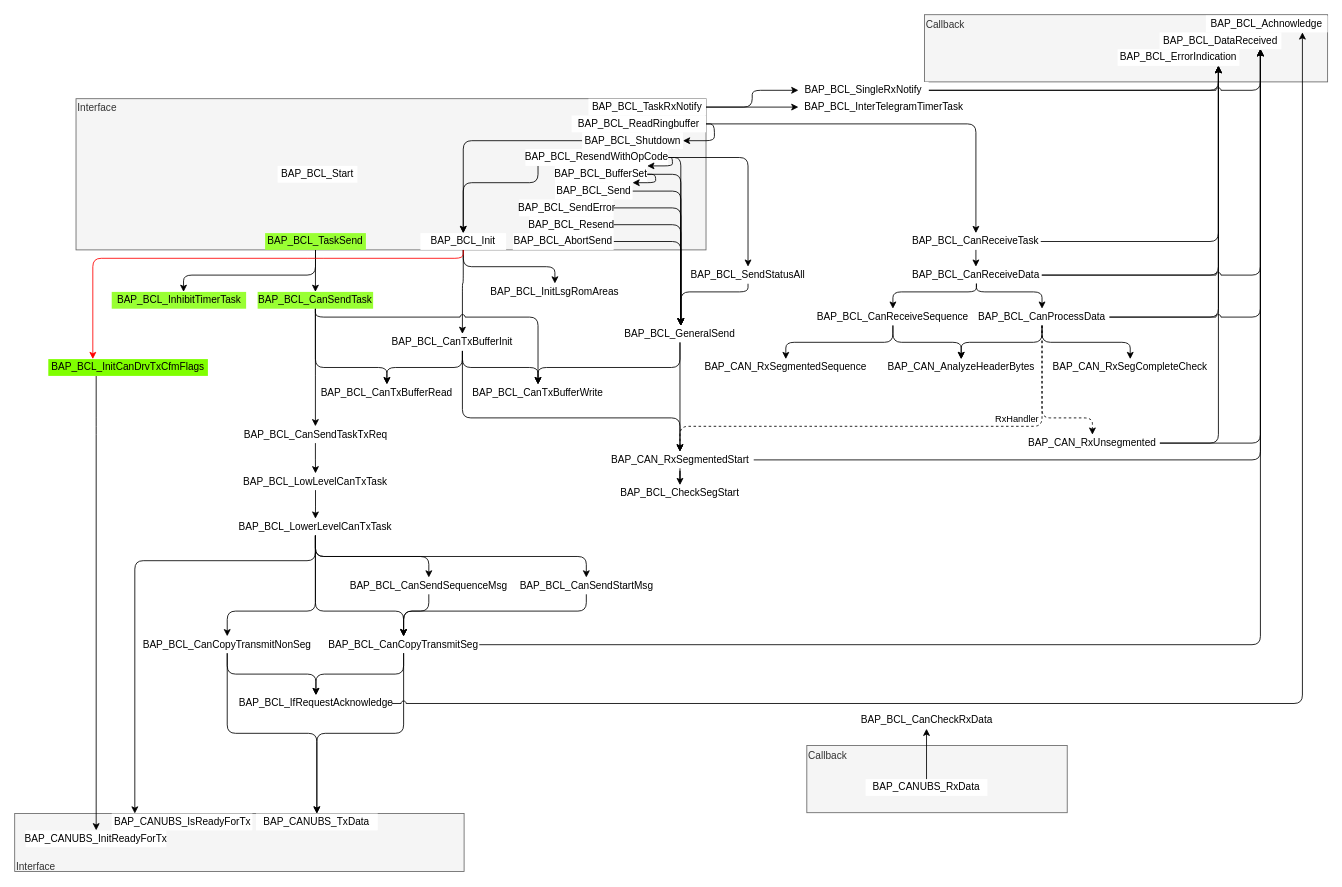
Above: Untitled Diagram.drawio in danielroehrborn/flow-design-cheatsheet (draw.io), before the change. Source tidied: cells renumbered, new cells numbered last; positions are measured from the earlier drawing's top-left corner, leaving out a move shared by most shapes. Both pictures are drawn from the tidied source at 84%, with x=0, y=0 at pixel (14, 14).
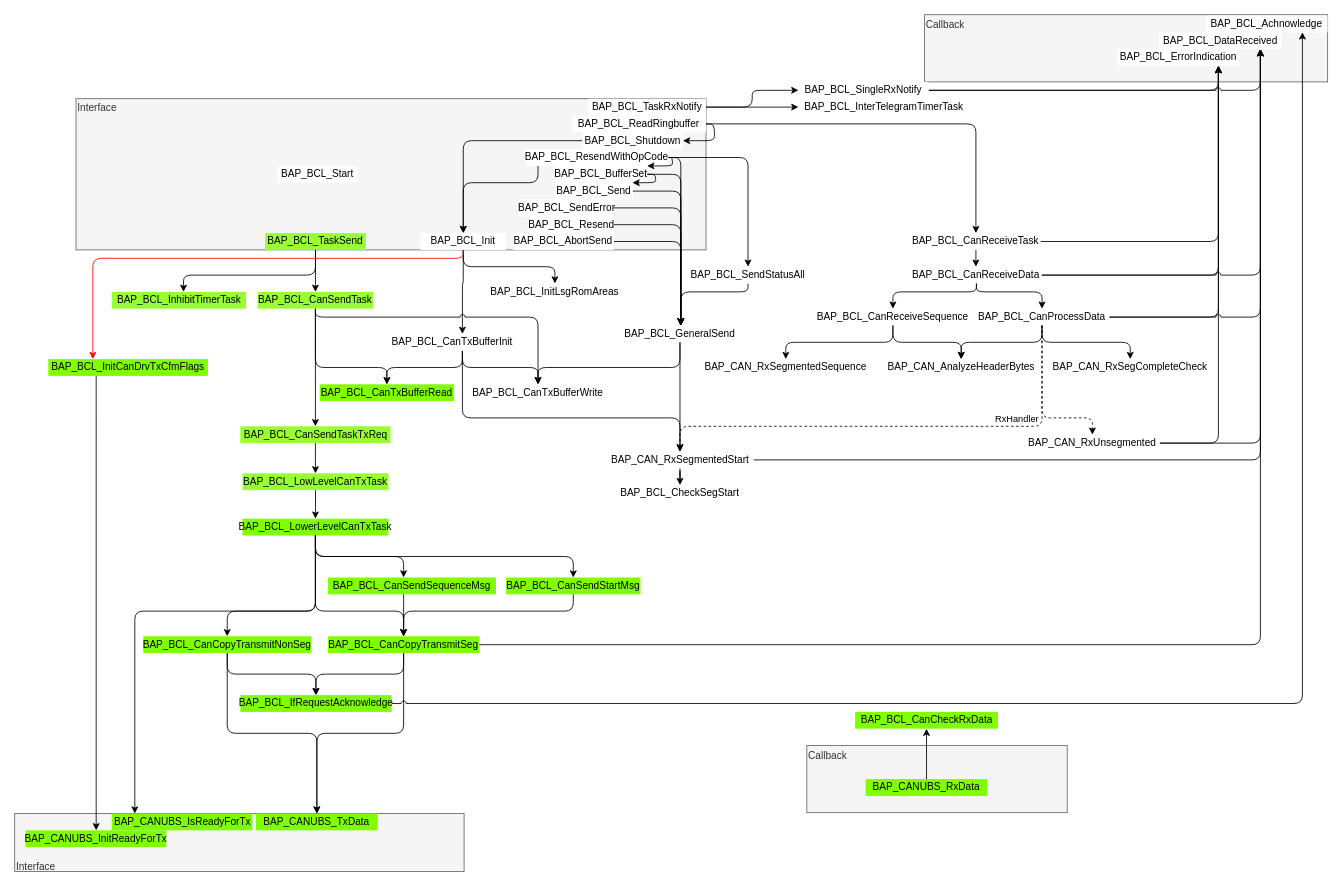
The same diagram, later.

Diff of the diagram source:
```diff
@@
     <mxCell id="27" style="edgeStyle=orthogonalEdgeStyle;rounded=1;jettySize=auto;html=1;exitX=0.5;exitY=1;exitDx=0;exitDy=0;" parent="1" edge="1" source="77" target="120">
       <mxGeometry relative="1" as="geometry">
         <Array as="points">
-          <mxPoint x="358" y="650" />
-          <mxPoint x="143" y="650" />
+          <mxPoint x="358" y="710" />
+          <mxPoint x="143" y="710" />
         </Array>
       </mxGeometry>
     </mxCell>
@@
-    <mxCell id="64" value="BAP_BCL_CanTxBufferRead" style="rounded=0;whiteSpace=wrap;html=1;strokeColor=none;" parent="1" vertex="1">
+    <mxCell id="64" value="BAP_BCL_CanTxBufferRead" style="rounded=0;whiteSpace=wrap;html=1;strokeColor=none;fillColor=#80FF00;" parent="1" vertex="1">
       <mxGeometry x="363.1" y="440" width="160" height="20" as="geometry" />
     </mxCell>
@@
-    <mxCell id="75" value="BAP_BCL_CanSendTaskTxReq" style="rounded=0;whiteSpace=wrap;html=1;strokeColor=none;" parent="1" vertex="1">
+    <mxCell id="75" value="BAP_BCL_CanSendTaskTxReq" style="rounded=0;whiteSpace=wrap;html=1;strokeColor=none;fillColor=#99FF33;" parent="1" vertex="1">
       <mxGeometry x="268.6" y="490" width="178.8" height="20" as="geometry" />
     </mxCell>
-    <mxCell id="76" value="BAP_BCL_LowLevelCanTxTask" style="rounded=0;whiteSpace=wrap;html=1;strokeColor=none;" parent="1" vertex="1">
+    <mxCell id="76" value="BAP_BCL_LowLevelCanTxTask" style="rounded=0;whiteSpace=wrap;html=1;strokeColor=none;fillColor=#99FF33;" parent="1" vertex="1">
       <mxGeometry x="271.2" y="546" width="173.8" height="20" as="geometry" />
     </mxCell>
-    <mxCell id="77" value="BAP_BCL_LowerLevelCanTxTask" style="rounded=0;whiteSpace=wrap;html=1;strokeColor=none;" parent="1" vertex="1">
+    <mxCell id="77" value="BAP_BCL_LowerLevelCanTxTask" style="rounded=0;whiteSpace=wrap;html=1;strokeColor=none;fillColor=#80FF00;" parent="1" vertex="1">
       <mxGeometry x="271.1" y="600" width="173.8" height="20" as="geometry" />
     </mxCell>
@@
-    <mxCell id="80" style="edgeStyle=orthogonalEdgeStyle;rounded=1;jettySize=auto;html=1;entryX=0.5;entryY=0;entryDx=0;entryDy=0;" parent="1" edge="1" source="77" target="94">
-      <mxGeometry x="-184.4" y="-580" as="geometry" />
+    <mxCell id="80" style="edgeStyle=orthogonalEdgeStyle;rounded=1;jettySize=auto;html=1;" parent="1" edge="1" source="77" target="94">
+      <mxGeometry x="-184.4" y="-580" as="geometry">
+        <Array as="points">
+          <mxPoint x="358" y="645" />
+          <mxPoint x="463" y="645" />
+        </Array>
+      </mxGeometry>
     </mxCell>
@@
-    <mxCell id="89" style="group;" parent="1" vertex="1">
-      <mxGeometry x="943" y="830" width="310" height="120" as="geometry" />
-    </mxCell>
-    <mxCell id="90" value="Callback&lt;br&gt;&lt;br&gt;&lt;br&gt;&lt;br&gt;&lt;br&gt;" style="rounded=0;whiteSpace=wrap;html=1;align=left;fillColor=#f5f5f5;strokeColor=#666666;fontColor=#333333;" parent="89" vertex="1">
-      <mxGeometry y="40" width="310" height="80" as="geometry" />
-    </mxCell>
-    <mxCell id="91" value="BAP_CANUBS_RxData" style="rounded=0;whiteSpace=wrap;html=1;strokeColor=none;" parent="89" vertex="1">
-      <mxGeometry x="70" y="80" width="145" height="20" as="geometry" />
-    </mxCell>
-    <mxCell id="92" value="BAP_BCL_CanCheckRxData" style="rounded=0;whiteSpace=wrap;html=1;strokeColor=none;" parent="89" vertex="1">
-      <mxGeometry x="57.5" width="170" height="20" as="geometry" />
-    </mxCell>
-    <mxCell id="93" style="edgeStyle=orthogonalEdgeStyle;rounded=0;jettySize=auto;html=1;" parent="89" edge="1" source="91" target="92">
-      <mxGeometry relative="1" as="geometry" />
-    </mxCell>
-    <mxCell id="94" value="BAP_BCL_CanSendSequenceMsg" style="rounded=0;whiteSpace=wrap;html=1;strokeColor=none;" parent="1" vertex="1">
-      <mxGeometry x="393" y="670" width="200" height="20" as="geometry" />
+    <mxCell id="94" value="BAP_BCL_CanSendSequenceMsg" style="rounded=0;whiteSpace=wrap;html=1;strokeColor=none;fillColor=#80FF00;" parent="1" vertex="1">
+      <mxGeometry x="373" y="670" width="200" height="20" as="geometry" />
     </mxCell>
-    <mxCell id="95" value="BAP_BCL_CanSendStartMsg" style="rounded=0;whiteSpace=wrap;html=1;strokeColor=none;" parent="1" vertex="1">
-      <mxGeometry x="600.5" y="670" width="160" height="20" as="geometry" />
+    <mxCell id="95" value="BAP_BCL_CanSendStartMsg" style="rounded=0;whiteSpace=wrap;html=1;strokeColor=none;fillColor=#80FF00;" parent="1" vertex="1">
+      <mxGeometry x="585" y="670" width="160" height="20" as="geometry" />
     </mxCell>
-    <mxCell id="96" value="BAP_BCL_CanCopyTransmitSeg" style="rounded=0;whiteSpace=wrap;html=1;strokeColor=none;" parent="1" vertex="1">
+    <mxCell id="96" value="BAP_BCL_CanCopyTransmitSeg" style="rounded=0;whiteSpace=wrap;html=1;strokeColor=none;fillColor=#80FF00;" parent="1" vertex="1">
       <mxGeometry x="373" y="740" width="179.9" height="20" as="geometry" />
     </mxCell>
-    <mxCell id="97" style="edgeStyle=orthogonalEdgeStyle;rounded=1;jettySize=auto;html=1;entryX=0.5;entryY=0;entryDx=0;entryDy=0;exitX=0.5;exitY=1;exitDx=0;exitDy=0;" parent="1" edge="1" source="94" target="96">
+    <mxCell id="97" style="edgeStyle=orthogonalEdgeStyle;rounded=1;jettySize=auto;html=1;entryX=0.5;entryY=0;entryDx=0;entryDy=0;" parent="1" edge="1" source="94" target="96">
       <mxGeometry x="-268.1" y="-580" as="geometry">
         <Array as="points">
-          <mxPoint x="493" y="710" />
-          <mxPoint x="463" y="710" />
+          <mxPoint x="463" y="700" />
+          <mxPoint x="463" y="700" />
         </Array>
       </mxGeometry>
     </mxCell>
-    <mxCell id="98" value="BAP_BCL_IfRequestAcknowledge" style="rounded=0;whiteSpace=wrap;html=1;strokeColor=none;" parent="1" vertex="1">
+    <mxCell id="98" value="BAP_BCL_IfRequestAcknowledge" style="rounded=0;whiteSpace=wrap;html=1;strokeColor=none;fillColor=#80FF00;" parent="1" vertex="1">
       <mxGeometry x="268.6" y="810" width="180" height="20" as="geometry" />
     </mxCell>
@@
-    <mxCell id="101" value="BAP_BCL_CanCopyTransmitNonSeg" style="rounded=0;whiteSpace=wrap;html=1;strokeColor=none;" parent="1" vertex="1">
+    <mxCell id="101" value="BAP_BCL_CanCopyTransmitNonSeg" style="rounded=0;whiteSpace=wrap;html=1;strokeColor=none;fillColor=#80FF00;" parent="1" vertex="1">
       <mxGeometry x="153" y="740" width="200" height="20" as="geometry" />
     </mxCell>
     <mxCell id="102" style="edgeStyle=orthogonalEdgeStyle;rounded=1;jettySize=auto;html=1;" parent="1" edge="1" source="95" target="96">
       <mxGeometry x="-268.1" y="-580" as="geometry">
         <Array as="points">
-          <mxPoint x="681" y="710" />
+          <mxPoint x="665" y="710" />
           <mxPoint x="463" y="710" />
         </Array>
       </mxGeometry>
     </mxCell>
@@
-    <mxCell id="119" value="BAP_CANUBS_TxData" style="rounded=0;whiteSpace=wrap;html=1;strokeColor=none;" parent="1" vertex="1">
+    <mxCell id="119" value="BAP_CANUBS_TxData" style="rounded=0;whiteSpace=wrap;html=1;strokeColor=none;fillColor=#80FF00;" parent="1" vertex="1">
       <mxGeometry x="287.2" y="951" width="145" height="20" as="geometry" />
     </mxCell>
-    <mxCell id="120" value="BAP_CANUBS_IsReadyForTx" style="rounded=0;whiteSpace=wrap;html=1;strokeColor=none;" parent="1" vertex="1">
+    <mxCell id="120" value="BAP_CANUBS_IsReadyForTx" style="rounded=0;whiteSpace=wrap;html=1;strokeColor=none;fillColor=#80FF00;" parent="1" vertex="1">
       <mxGeometry x="115.5" y="951" width="167.5" height="20" as="geometry" />
     </mxCell>
-    <mxCell id="121" value="BAP_CANUBS_InitReadyForTx" style="rounded=0;whiteSpace=wrap;html=1;strokeColor=none;" parent="1" vertex="1">
+    <mxCell id="121" value="BAP_CANUBS_InitReadyForTx" style="rounded=0;whiteSpace=wrap;html=1;strokeColor=none;fillColor=#80FF00;" parent="1" vertex="1">
       <mxGeometry x="13" y="971" width="167.5" height="20" as="geometry" />
     </mxCell>
@@
+    <mxCell id="90" value="Callback&lt;br&gt;&lt;br&gt;&lt;br&gt;&lt;br&gt;&lt;br&gt;" style="rounded=0;whiteSpace=wrap;html=1;align=left;fillColor=#f5f5f5;strokeColor=#666666;fontColor=#333333;" parent="1" vertex="1">
+      <mxGeometry x="943" y="870" width="310" height="80" as="geometry" />
+    </mxCell>
+    <mxCell id="91" value="BAP_CANUBS_RxData" style="rounded=0;whiteSpace=wrap;html=1;strokeColor=none;fillColor=#80FF00;" parent="1" vertex="1">
+      <mxGeometry x="1013" y="910" width="145" height="20" as="geometry" />
+    </mxCell>
+    <mxCell id="92" value="BAP_BCL_CanCheckRxData" style="rounded=0;whiteSpace=wrap;html=1;strokeColor=none;fillColor=#80FF00;" parent="1" vertex="1">
+      <mxGeometry x="1000.5" y="830" width="170" height="20" as="geometry" />
+    </mxCell>
+    <mxCell id="93" style="edgeStyle=orthogonalEdgeStyle;rounded=0;jettySize=auto;html=1;" parent="1" edge="1" source="91" target="92">
+      <mxGeometry x="490" y="-300" as="geometry" />
+    </mxCell>
```
